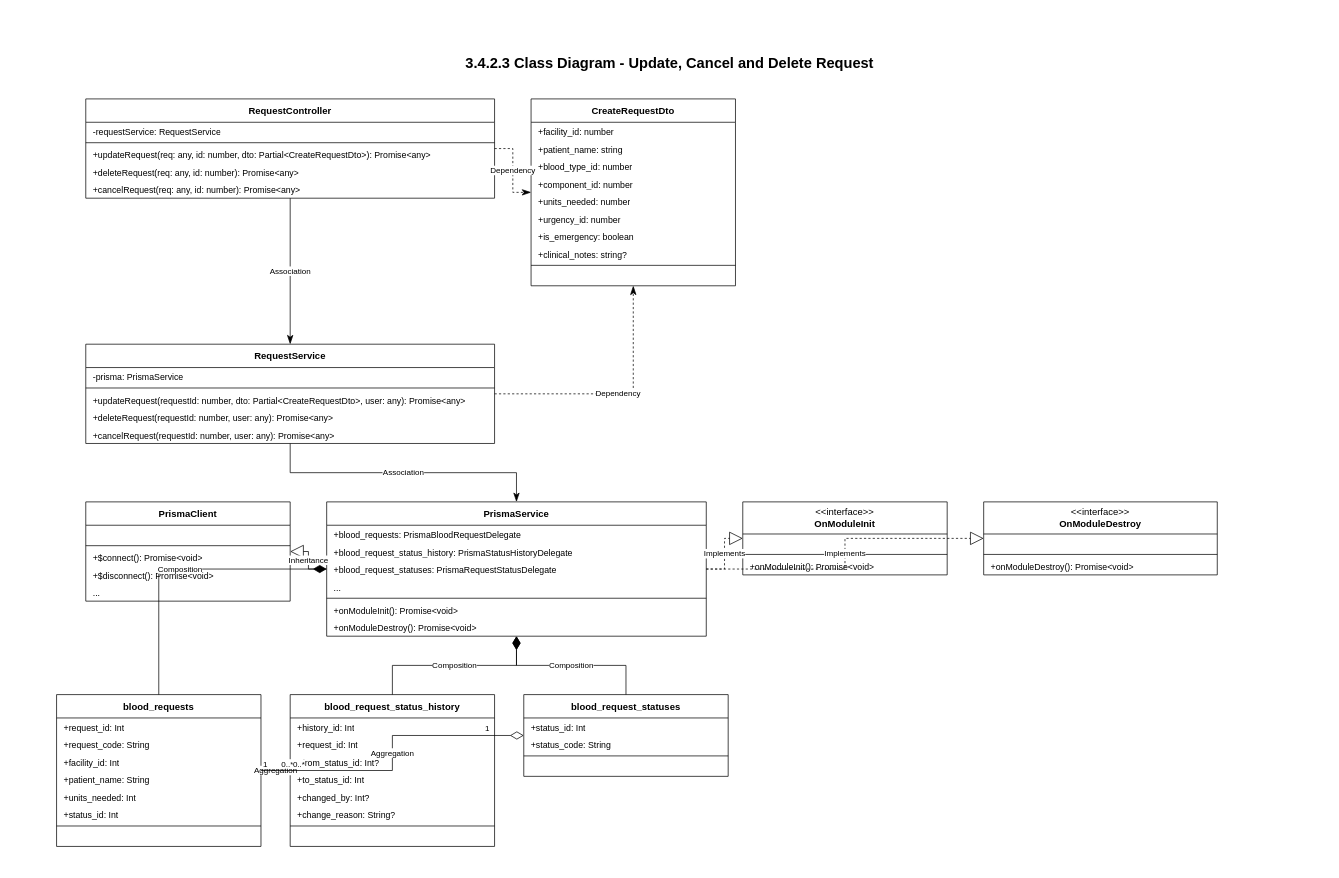
Earlier version of the draw.io diagram page "Update, Cancel & Delete Request" (4 of 8) of request_all_class_diagrams.drawio (CuongBC195/class-diagram-donation-blood). Source tidied: cells renumbered, new cells numbered last; positions are measured from the earlier drawing's top-left corner, leaving out a move shared by most shapes. Both pictures are drawn from the tidied source at 73%, with x=0, y=0 at pixel (12, 47).
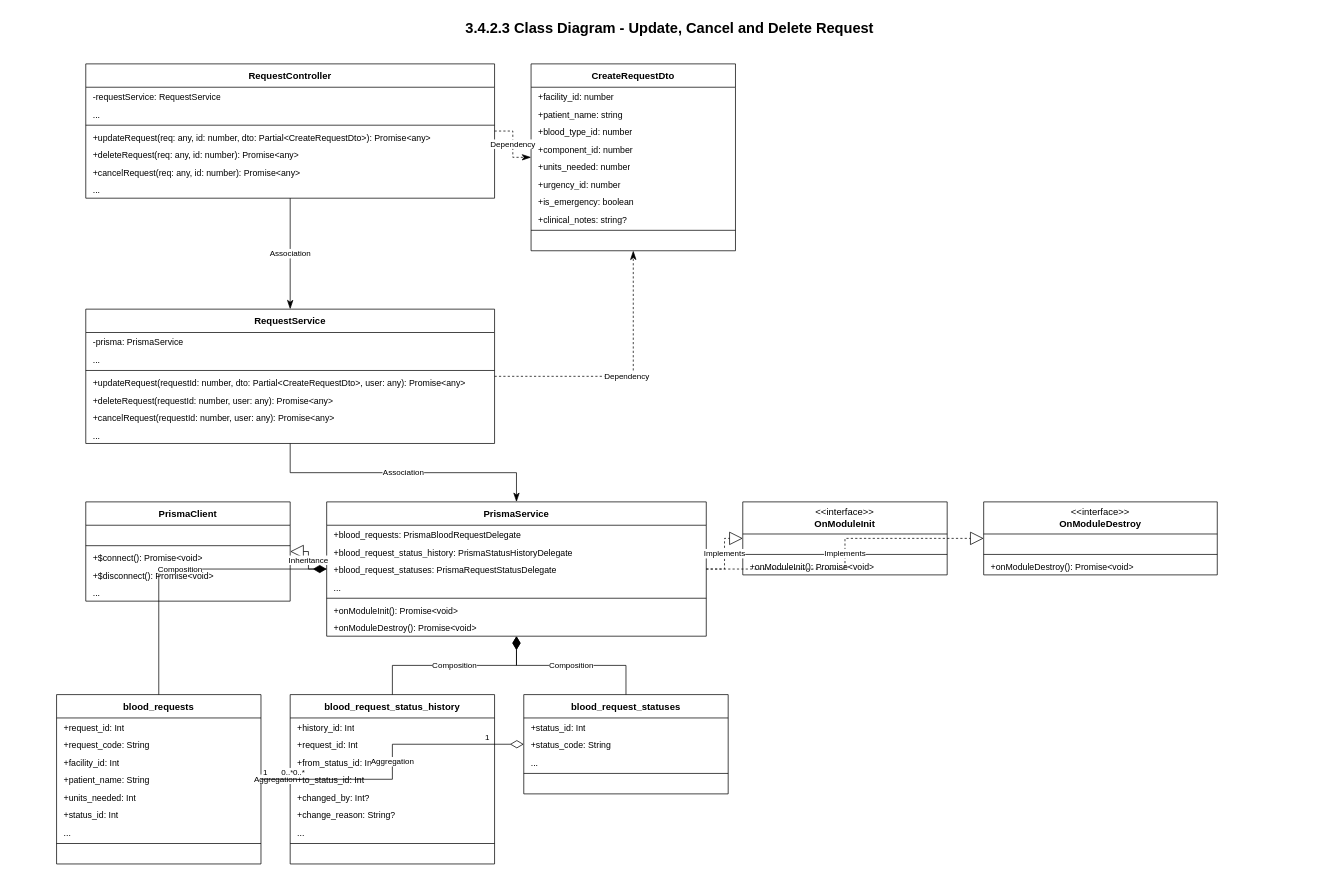
After the change.

What changed in the source:
```diff
@@
     <mxCell id="2" value="3.4.2.3 Class Diagram - Update, Cancel and Delete Request" style="text;html=1;strokeColor=none;fillColor=none;align=center;verticalAlign=middle;whiteSpace=wrap;rounded=0;fontFamily=Arial;fontSize=20;fontStyle=1;fontColor=#000000;" parent="1" vertex="1">
-      <mxGeometry width="1800" height="40" as="geometry" />
+      <mxGeometry y="-48" width="1800" height="40" as="geometry" />
     </mxCell>
     <mxCell id="3" value="&lt;b&gt;RequestController&lt;/b&gt;" style="swimlane;fontStyle=0;horizontal=1;startSize=32;whiteSpace=wrap;html=1;fillColor=#ffffff;strokeColor=#000000;swimlaneFillColor=#ffffff;fontColor=#000000;fontFamily=Arial;fontSize=13;" parent="1" vertex="1">
-      <mxGeometry x="100" y="70" width="560" height="136" as="geometry" />
+      <mxGeometry x="100" y="22" width="560" height="184" as="geometry" />
     </mxCell>
@@
+    <mxCell id="87" value="..." style="text;strokeColor=none;fillColor=none;align=left;verticalAlign=top;spacingLeft=8;spacingRight=8;overflow=hidden;whiteSpace=wrap;html=1;fontFamily=Arial;fontSize=12;fontColor=#000000;" parent="3" vertex="1">
+      <mxGeometry y="56" width="560" height="24" as="geometry" />
+    </mxCell>
     <mxCell id="5" style="line;strokeWidth=1;fillColor=none;strokeColor=#000000;align=left;verticalAlign=middle;" parent="3" vertex="1">
-      <mxGeometry y="56" width="560" height="8" as="geometry" />
+      <mxGeometry y="80" width="560" height="8" as="geometry" />
     </mxCell>
     <mxCell id="6" value="+updateRequest(req: any, id: number, dto: Partial&amp;lt;CreateRequestDto&amp;gt;): Promise&amp;lt;any&amp;gt;" style="text;strokeColor=none;fillColor=none;align=left;verticalAlign=top;spacingLeft=8;spacingRight=8;overflow=hidden;whiteSpace=wrap;html=1;fontFamily=Arial;fontSize=12;fontColor=#000000;" parent="3" vertex="1">
-      <mxGeometry y="64" width="560" height="24" as="geometry" />
+      <mxGeometry y="88" width="560" height="24" as="geometry" />
     </mxCell>
     <mxCell id="7" value="+deleteRequest(req: any, id: number): Promise&amp;lt;any&amp;gt;" style="text;strokeColor=none;fillColor=none;align=left;verticalAlign=top;spacingLeft=8;spacingRight=8;overflow=hidden;whiteSpace=wrap;html=1;fontFamily=Arial;fontSize=12;fontColor=#000000;" parent="3" vertex="1">
-      <mxGeometry y="88" width="560" height="24" as="geometry" />
+      <mxGeometry y="112" width="560" height="24" as="geometry" />
     </mxCell>
     <mxCell id="8" value="+cancelRequest(req: any, id: number): Promise&amp;lt;any&amp;gt;" style="text;strokeColor=none;fillColor=none;align=left;verticalAlign=top;spacingLeft=8;spacingRight=8;overflow=hidden;whiteSpace=wrap;html=1;fontFamily=Arial;fontSize=12;fontColor=#000000;" parent="3" vertex="1">
-      <mxGeometry y="112" width="560" height="24" as="geometry" />
+      <mxGeometry y="136" width="560" height="24" as="geometry" />
     </mxCell>
+    <mxCell id="88" value="..." style="text;strokeColor=none;fillColor=none;align=left;verticalAlign=top;spacingLeft=8;spacingRight=8;overflow=hidden;whiteSpace=wrap;html=1;fontFamily=Arial;fontSize=12;fontColor=#000000;" parent="3" vertex="1">
+      <mxGeometry y="160" width="560" height="24" as="geometry" />
+    </mxCell>
     <mxCell id="9" value="&lt;b&gt;CreateRequestDto&lt;/b&gt;" style="swimlane;fontStyle=0;horizontal=1;startSize=32;whiteSpace=wrap;html=1;fillColor=#ffffff;strokeColor=#000000;swimlaneFillColor=#ffffff;fontColor=#000000;fontFamily=Arial;fontSize=13;" parent="1" vertex="1">
-      <mxGeometry x="710" y="70" width="280" height="256" as="geometry" />
+      <mxGeometry x="710" y="22" width="280" height="256" as="geometry" />
     </mxCell>
@@
     <mxCell id="20" value="&lt;b&gt;RequestService&lt;/b&gt;" style="swimlane;fontStyle=0;horizontal=1;startSize=32;whiteSpace=wrap;html=1;fillColor=#ffffff;strokeColor=#000000;swimlaneFillColor=#ffffff;fontColor=#000000;fontFamily=Arial;fontSize=13;" parent="1" vertex="1">
-      <mxGeometry x="100" y="406" width="560" height="136" as="geometry" />
+      <mxGeometry x="100" y="358" width="560" height="184" as="geometry" />
     </mxCell>
@@
+    <mxCell id="89" value="..." style="text;strokeColor=none;fillColor=none;align=left;verticalAlign=top;spacingLeft=8;spacingRight=8;overflow=hidden;whiteSpace=wrap;html=1;fontFamily=Arial;fontSize=12;fontColor=#000000;" parent="20" vertex="1">
+      <mxGeometry y="56" width="560" height="24" as="geometry" />
+    </mxCell>
     <mxCell id="22" style="line;strokeWidth=1;fillColor=none;strokeColor=#000000;align=left;verticalAlign=middle;" parent="20" vertex="1">
-      <mxGeometry y="56" width="560" height="8" as="geometry" />
+      <mxGeometry y="80" width="560" height="8" as="geometry" />
     </mxCell>
     <mxCell id="23" value="+updateRequest(requestId: number, dto: Partial&amp;lt;CreateRequestDto&amp;gt;, user: any): Promise&amp;lt;any&amp;gt;" style="text;strokeColor=none;fillColor=none;align=left;verticalAlign=top;spacingLeft=8;spacingRight=8;overflow=hidden;whiteSpace=wrap;html=1;fontFamily=Arial;fontSize=12;fontColor=#000000;" parent="20" vertex="1">
-      <mxGeometry y="64" width="560" height="24" as="geometry" />
+      <mxGeometry y="88" width="560" height="24" as="geometry" />
     </mxCell>
     <mxCell id="24" value="+deleteRequest(requestId: number, user: any): Promise&amp;lt;any&amp;gt;" style="text;strokeColor=none;fillColor=none;align=left;verticalAlign=top;spacingLeft=8;spacingRight=8;overflow=hidden;whiteSpace=wrap;html=1;fontFamily=Arial;fontSize=12;fontColor=#000000;" parent="20" vertex="1">
-      <mxGeometry y="88" width="560" height="24" as="geometry" />
+      <mxGeometry y="112" width="560" height="24" as="geometry" />
     </mxCell>
     <mxCell id="25" value="+cancelRequest(requestId: number, user: any): Promise&amp;lt;any&amp;gt;" style="text;strokeColor=none;fillColor=none;align=left;verticalAlign=top;spacingLeft=8;spacingRight=8;overflow=hidden;whiteSpace=wrap;html=1;fontFamily=Arial;fontSize=12;fontColor=#000000;" parent="20" vertex="1">
-      <mxGeometry y="112" width="560" height="24" as="geometry" />
+      <mxGeometry y="136" width="560" height="24" as="geometry" />
     </mxCell>
+    <mxCell id="90" value="..." style="text;strokeColor=none;fillColor=none;align=left;verticalAlign=top;spacingLeft=8;spacingRight=8;overflow=hidden;whiteSpace=wrap;html=1;fontFamily=Arial;fontSize=12;fontColor=#000000;" parent="20" vertex="1">
+      <mxGeometry y="160" width="560" height="24" as="geometry" />
+    </mxCell>
@@
     <mxCell id="48" value="&lt;b&gt;blood_requests&lt;/b&gt;" style="swimlane;fontStyle=0;horizontal=1;startSize=32;whiteSpace=wrap;html=1;fillColor=#ffffff;strokeColor=#000000;swimlaneFillColor=#ffffff;fontColor=#000000;fontFamily=Arial;fontSize=13;" parent="1" vertex="1">
-      <mxGeometry x="60" y="886" width="280" height="208" as="geometry" />
+      <mxGeometry x="60" y="886" width="280" height="232" as="geometry" />
     </mxCell>
@@
+    <mxCell id="91" value="..." style="text;strokeColor=none;fillColor=none;align=left;verticalAlign=top;spacingLeft=8;spacingRight=8;overflow=hidden;whiteSpace=wrap;html=1;fontFamily=Arial;fontSize=12;fontColor=#000000;" parent="48" vertex="1">
+      <mxGeometry y="176" width="280" height="24" as="geometry" />
+    </mxCell>
     <mxCell id="55" style="line;strokeWidth=1;fillColor=none;strokeColor=#000000;align=left;verticalAlign=middle;" parent="48" vertex="1">
-      <mxGeometry y="176" width="280" height="8" as="geometry" />
+      <mxGeometry y="200" width="280" height="8" as="geometry" />
     </mxCell>
     <mxCell id="56" value=" " style="text;strokeColor=none;fillColor=none;align=left;verticalAlign=top;spacingLeft=8;spacingRight=8;overflow=hidden;whiteSpace=wrap;html=1;fontFamily=Arial;fontSize=12;fontColor=#000000;" parent="48" vertex="1">
-      <mxGeometry y="184" width="280" height="24" as="geometry" />
+      <mxGeometry y="208" width="280" height="24" as="geometry" />
     </mxCell>
     <mxCell id="57" value="&lt;b&gt;blood_request_status_history&lt;/b&gt;" style="swimlane;fontStyle=0;horizontal=1;startSize=32;whiteSpace=wrap;html=1;fillColor=#ffffff;strokeColor=#000000;swimlaneFillColor=#ffffff;fontColor=#000000;fontFamily=Arial;fontSize=13;" parent="1" vertex="1">
-      <mxGeometry x="380" y="886" width="280" height="208" as="geometry" />
+      <mxGeometry x="380" y="886" width="280" height="232" as="geometry" />
     </mxCell>
@@
+    <mxCell id="92" value="..." style="text;strokeColor=none;fillColor=none;align=left;verticalAlign=top;spacingLeft=8;spacingRight=8;overflow=hidden;whiteSpace=wrap;html=1;fontFamily=Arial;fontSize=12;fontColor=#000000;" parent="57" vertex="1">
+      <mxGeometry y="176" width="280" height="24" as="geometry" />
+    </mxCell>
     <mxCell id="64" style="line;strokeWidth=1;fillColor=none;strokeColor=#000000;align=left;verticalAlign=middle;" parent="57" vertex="1">
-      <mxGeometry y="176" width="280" height="8" as="geometry" />
+      <mxGeometry y="200" width="280" height="8" as="geometry" />
     </mxCell>
     <mxCell id="65" value=" " style="text;strokeColor=none;fillColor=none;align=left;verticalAlign=top;spacingLeft=8;spacingRight=8;overflow=hidden;whiteSpace=wrap;html=1;fontFamily=Arial;fontSize=12;fontColor=#000000;" parent="57" vertex="1">
-      <mxGeometry y="184" width="280" height="24" as="geometry" />
+      <mxGeometry y="208" width="280" height="24" as="geometry" />
     </mxCell>
     <mxCell id="66" value="&lt;b&gt;blood_request_statuses&lt;/b&gt;" style="swimlane;fontStyle=0;horizontal=1;startSize=32;whiteSpace=wrap;html=1;fillColor=#ffffff;strokeColor=#000000;swimlaneFillColor=#ffffff;fontColor=#000000;fontFamily=Arial;fontSize=13;" parent="1" vertex="1">
-      <mxGeometry x="700" y="886" width="280" height="112" as="geometry" />
+      <mxGeometry x="700" y="886" width="280" height="136" as="geometry" />
     </mxCell>
@@
+    <mxCell id="93" value="..." style="text;strokeColor=none;fillColor=none;align=left;verticalAlign=top;spacingLeft=8;spacingRight=8;overflow=hidden;whiteSpace=wrap;html=1;fontFamily=Arial;fontSize=12;fontColor=#000000;" parent="66" vertex="1">
+      <mxGeometry y="80" width="280" height="24" as="geometry" />
+    </mxCell>
     <mxCell id="69" style="line;strokeWidth=1;fillColor=none;strokeColor=#000000;align=left;verticalAlign=middle;" parent="66" vertex="1">
-      <mxGeometry y="80" width="280" height="8" as="geometry" />
+      <mxGeometry y="104" width="280" height="8" as="geometry" />
     </mxCell>
     <mxCell id="70" value=" " style="text;strokeColor=none;fillColor=none;align=left;verticalAlign=top;spacingLeft=8;spacingRight=8;overflow=hidden;whiteSpace=wrap;html=1;fontFamily=Arial;fontSize=12;fontColor=#000000;" parent="66" vertex="1">
-      <mxGeometry y="88" width="280" height="24" as="geometry" />
+      <mxGeometry y="112" width="280" height="24" as="geometry" />
     </mxCell>
```
